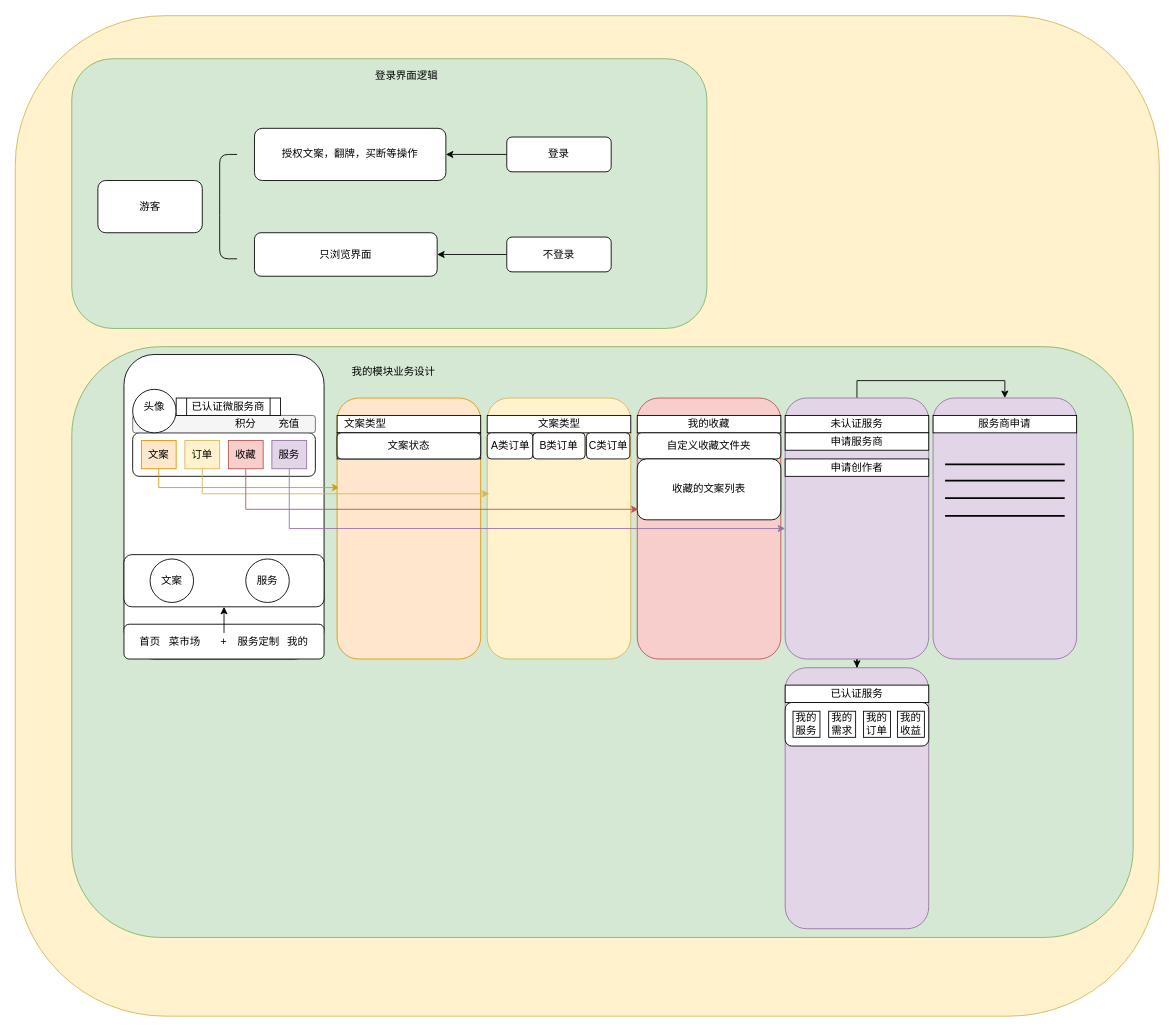
Before: Untitled Diagram.drawio in Raox1ngj1ng/mydraw, a draw.io diagram. Source tidied: cells renumbered, new cells numbered last; positions are measured from the earlier drawing's top-left corner, leaving out a move shared by most shapes. Both pictures are drawn from the tidied source at 87%, with x=0, y=0 at pixel (15, 15).
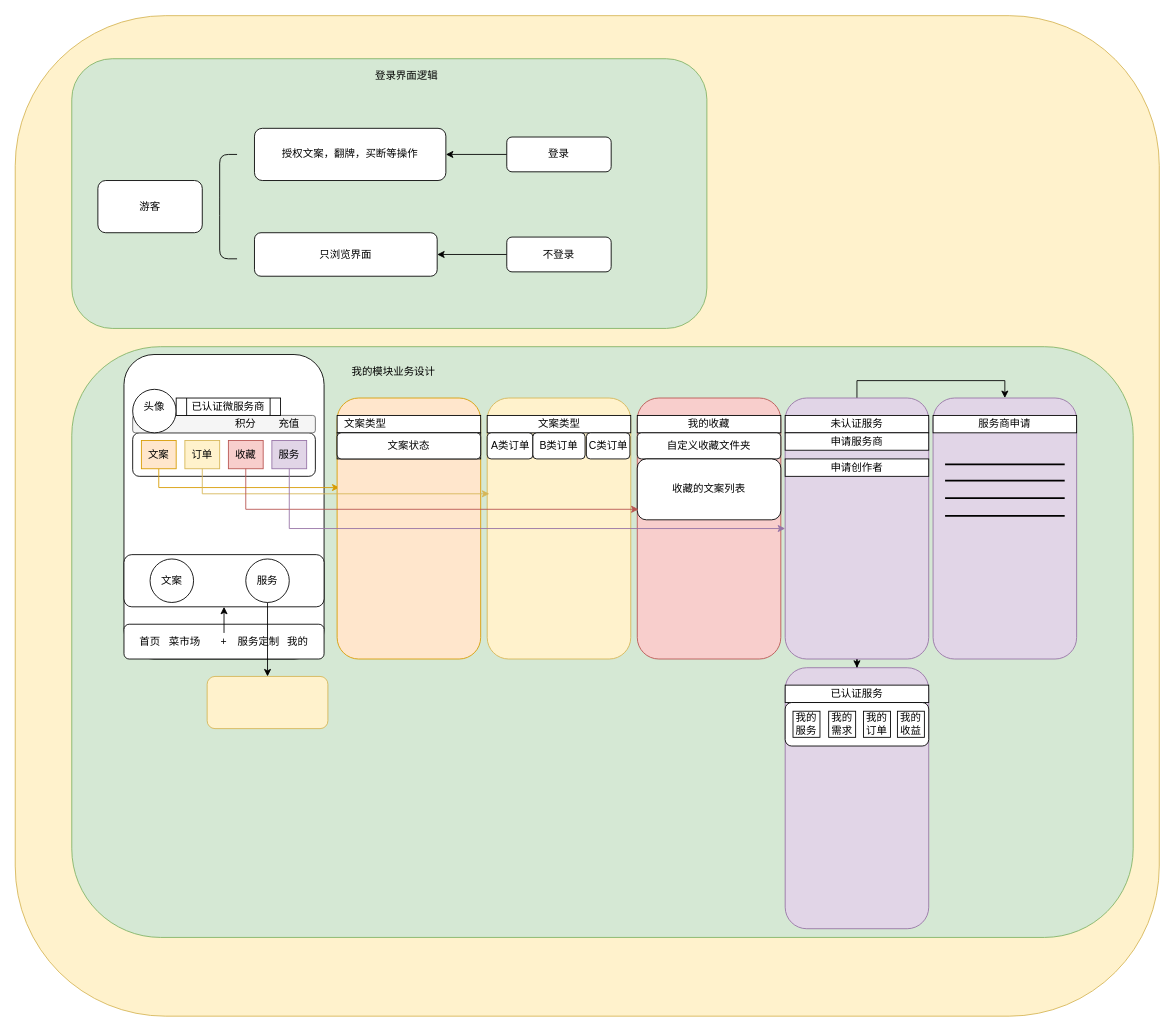
The same page after the edit.

Commit message:
更新无标题图表.v2.0

The change refers to these unchanged cells:
```xml
<mxCell id="75" value="服务" style="ellipse;whiteSpace=wrap;html=1;strokeWidth=1;" parent="1" vertex="1">
  <mxGeometry x="265" y="625" width="50" height="50" as="geometry" />
</mxCell>
```

Diff of the diagram source:
```diff
@@
+    <mxCell id="77" style="edgeStyle=orthogonalEdgeStyle;rounded=0;jettySize=auto;html=1;exitX=0.5;exitY=1;exitDx=0;exitDy=0;entryX=0.5;entryY=0;entryDx=0;entryDy=0;" parent="1" edge="1" source="75" target="78">
+      <mxGeometry relative="1" as="geometry" />
+    </mxCell>
@@
+    <mxCell id="78" style="rounded=1;whiteSpace=wrap;html=1;strokeWidth=1;fillColor=#fff2cc;strokeColor=#d6b656;" parent="1" vertex="1">
+      <mxGeometry x="220.6" y="760" width="138.8" height="60" as="geometry" />
+    </mxCell>
```
